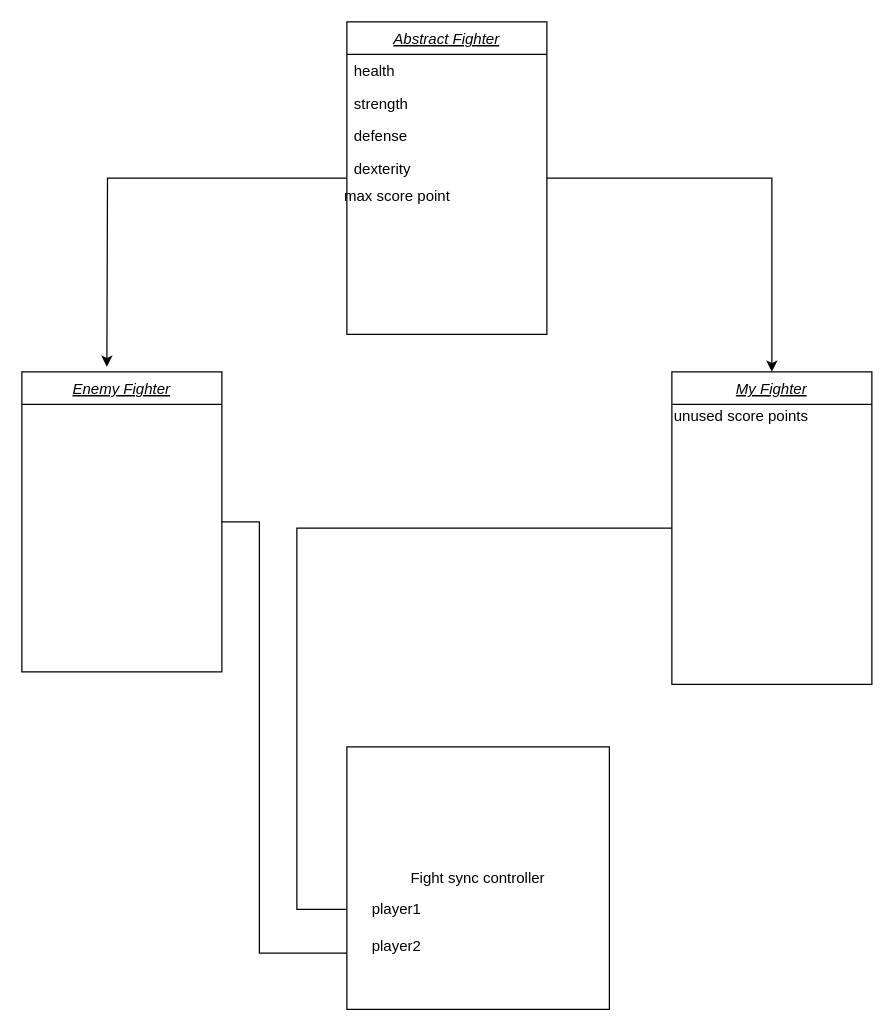
This is Untitled Diagram.drawio from KateReddy/project_fight, a draw.io file, before an edit. Source tidied: cells renumbered, new cells numbered last; positions are measured from the earlier drawing's top-left corner, leaving out a move shared by most shapes. Both pictures are drawn from the tidied source at 125%, with x=0, y=0 at pixel (21, 21).
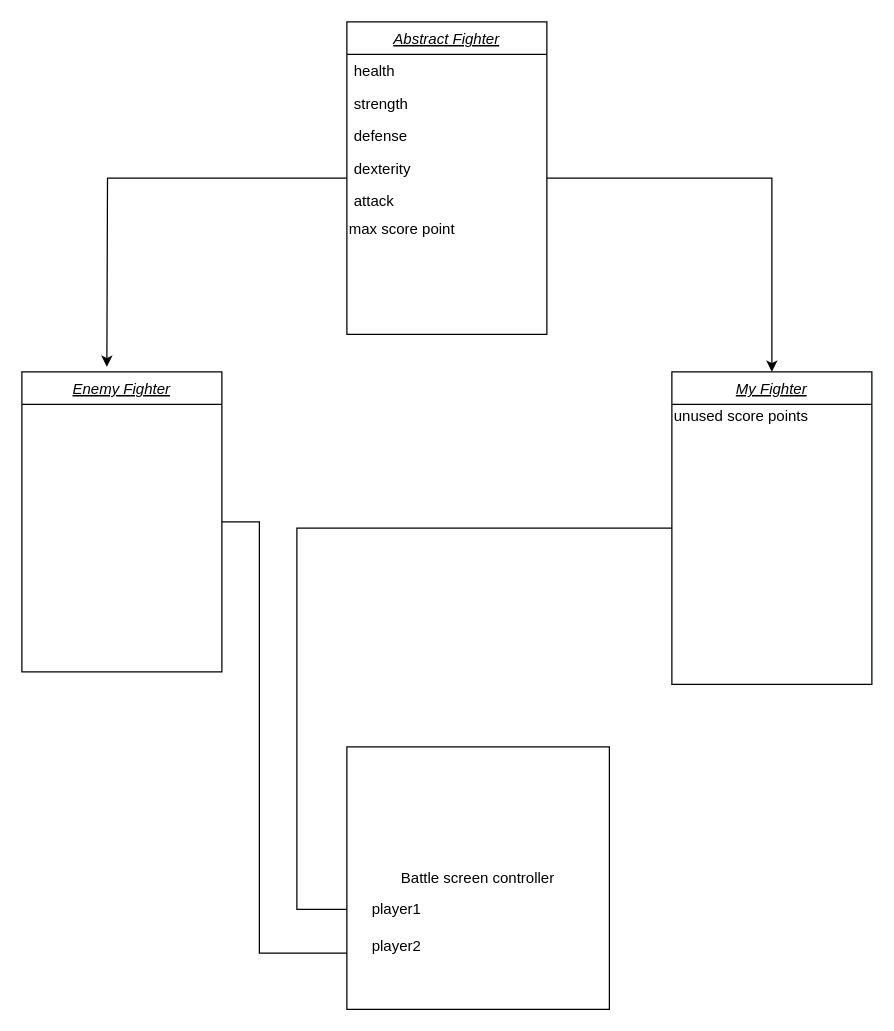
The same page after the edit.

Unchanged cells that the change refers to:
```xml
<mxCell id="4" value="Abstract Fighter" style="swimlane;fontStyle=6;align=center;verticalAlign=top;horizontal=1;startSize=26;rounded=0;shadow=0;strokeWidth=1;" parent="1" vertex="1">
  <mxGeometry x="260" width="160" height="250" as="geometry" />
</mxCell>
```

Diff of the diagram source:
```diff
@@
+    <mxCell id="18" value="attack" style="text;align=left;verticalAlign=top;spacingLeft=4;spacingRight=4;overflow=hidden;rounded=0;shadow=0;html=0;" parent="4" vertex="1">
+      <mxGeometry y="130" width="160" height="26" as="geometry" />
+    </mxCell>
+    <mxCell id="14" value="max score point" style="text;html=1;align=left;verticalAlign=middle;" parent="4" vertex="1">
+      <mxGeometry y="156" width="160" height="20" as="geometry" />
+    </mxCell>
@@
-    <mxCell id="14" value="max score point" style="text;html=1;align=center;verticalAlign=middle;" parent="1" vertex="1">
-      <mxGeometry x="250" y="130" width="100" height="20" as="geometry" />
-    </mxCell>
-    <mxCell id="15" value="Fight sync controller" style="whiteSpace=wrap;html=1;" parent="1" vertex="1">
+    <mxCell id="15" value="Battle screen controller" style="whiteSpace=wrap;html=1;" parent="1" vertex="1">
       <mxGeometry x="260" y="580" width="210" height="210" as="geometry" />
     </mxCell>
```
